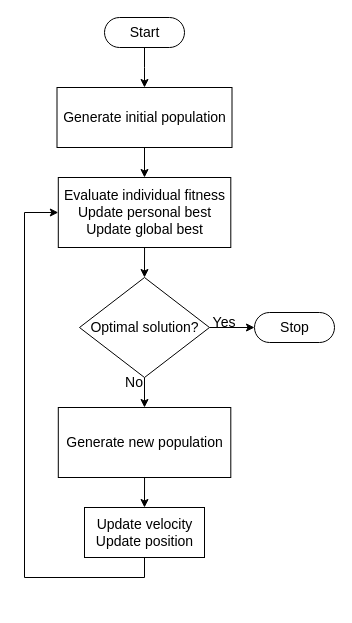
Above: bio-inspired-pso_flowchart.drawio in cascoatle/fj_project (draw.io), before the change. Source tidied: cells renumbered, new cells numbered last; positions are measured from the earlier drawing's top-left corner, leaving out a move shared by most shapes. Both pictures are drawn from the tidied source at 100%, with x=0, y=0 at pixel (24, 17).
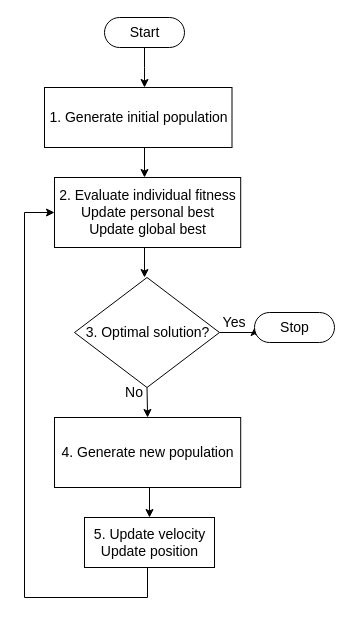
The same page after the edit.

Change to the diagram source:
```diff
@@
-    <mxCell id="5" value="Generate initial population" style="html=1;dashed=0;whitespace=wrap;fontSize=14;" parent="1" vertex="1">
-      <mxGeometry x="32.5" y="70" width="175" height="60" as="geometry" />
+    <mxCell id="5" value="1. Generate initial population" style="html=1;dashed=0;whitespace=wrap;fontSize=14;" parent="1" vertex="1">
+      <mxGeometry x="20" y="70" width="187.5" height="60" as="geometry" />
     </mxCell>
@@
-    <mxCell id="7" value="Evaluate individual fitness&lt;br&gt;Update personal best&lt;br&gt;Update global best" style="html=1;dashed=0;whitespace=wrap;fontSize=14;" parent="1" vertex="1">
-      <mxGeometry x="33.8" y="160" width="172.5" height="70" as="geometry" />
+    <mxCell id="7" value="2. Evaluate individual fitness&lt;br&gt;Update personal best&lt;br&gt;Update global best" style="html=1;dashed=0;whitespace=wrap;fontSize=14;" parent="1" vertex="1">
+      <mxGeometry x="30" y="160" width="186.2" height="70" as="geometry" />
     </mxCell>
@@
-    <mxCell id="9" style="edgeStyle=orthogonalEdgeStyle;rounded=0;jettySize=auto;html=1;exitX=0.5;exitY=1;exitDx=0;exitDy=0;fontSize=14;" parent="1" edge="1" source="10">
-      <mxGeometry relative="1" as="geometry">
-        <mxPoint x="120" y="390" as="targetPoint" />
-      </mxGeometry>
+    <mxCell id="9" style="edgeStyle=orthogonalEdgeStyle;rounded=0;jettySize=auto;html=1;exitX=0.5;exitY=1;exitDx=0;exitDy=0;fontSize=14;entryX=0.5;entryY=0;entryDx=0;entryDy=0;" parent="1" edge="1" source="10" target="15">
+      <mxGeometry relative="1" as="geometry" />
     </mxCell>
-    <mxCell id="10" value="Optimal solution?" style="shape=rhombus;html=1;dashed=0;whitespace=wrap;perimeter=rhombusPerimeter;fontSize=14;" parent="1" vertex="1">
-      <mxGeometry x="55" y="260" width="130" height="100" as="geometry" />
+    <mxCell id="10" value="3. Optimal solution?" style="shape=rhombus;html=1;dashed=0;whitespace=wrap;perimeter=rhombusPerimeter;fontSize=14;" parent="1" vertex="1">
+      <mxGeometry x="50" y="260" width="145" height="110" as="geometry" />
     </mxCell>
@@
     <mxCell id="12" value="Yes" style="text;html=1;strokeColor=none;fillColor=none;align=center;verticalAlign=middle;whiteSpace=wrap;rounded=0;fontSize=14;" parent="1" vertex="1">
-      <mxGeometry x="170" y="290" width="60" height="30" as="geometry" />
+      <mxGeometry x="180" y="290" width="60" height="30" as="geometry" />
     </mxCell>
     <mxCell id="13" value="No" style="text;html=1;strokeColor=none;fillColor=none;align=center;verticalAlign=middle;whiteSpace=wrap;rounded=0;fontSize=14;" parent="1" vertex="1">
-      <mxGeometry x="80" y="350" width="60" height="30" as="geometry" />
+      <mxGeometry x="80" y="360" width="60" height="30" as="geometry" />
     </mxCell>
-    <mxCell id="14" style="edgeStyle=orthogonalEdgeStyle;rounded=0;jettySize=auto;html=1;exitX=0.5;exitY=1;exitDx=0;exitDy=0;fontSize=14;" parent="1" edge="1" source="15">
-      <mxGeometry relative="1" as="geometry">
-        <mxPoint x="120" y="490" as="targetPoint" />
-      </mxGeometry>
+    <mxCell id="14" style="edgeStyle=orthogonalEdgeStyle;rounded=0;jettySize=auto;html=1;exitX=0.5;exitY=1;exitDx=0;exitDy=0;fontSize=14;entryX=0.5;entryY=0;entryDx=0;entryDy=0;" parent="1" edge="1" source="15" target="17">
+      <mxGeometry relative="1" as="geometry" />
     </mxCell>
-    <mxCell id="15" value="Generate new population" style="html=1;dashed=0;whitespace=wrap;fontSize=14;" parent="1" vertex="1">
-      <mxGeometry x="33.8" y="390" width="172.5" height="70" as="geometry" />
+    <mxCell id="15" value="4. Generate new population" style="html=1;dashed=0;whitespace=wrap;fontSize=14;" parent="1" vertex="1">
+      <mxGeometry x="30" y="400" width="186.2" height="70" as="geometry" />
     </mxCell>
     <mxCell id="16" style="edgeStyle=orthogonalEdgeStyle;rounded=0;jettySize=auto;html=1;exitX=0.5;exitY=1;exitDx=0;exitDy=0;fontSize=14;entryX=0;entryY=0.5;entryDx=0;entryDy=0;" parent="1" edge="1" source="17" target="7">
       <mxGeometry relative="1" as="geometry">
         <Array as="points">
-          <mxPoint x="120" y="560" />
-          <mxPoint y="560" />
+          <mxPoint x="123" y="550" />
+          <mxPoint x="123" y="580" />
+          <mxPoint y="580" />
           <mxPoint y="195" />
         </Array>
       </mxGeometry>
     </mxCell>
-    <mxCell id="17" value="Update velocity&lt;br&gt;Update position" style="html=1;dashed=0;whitespace=wrap;fontSize=14;" parent="1" vertex="1">
-      <mxGeometry x="60" y="490" width="120" height="50" as="geometry" />
+    <mxCell id="17" value="5. Update velocity&lt;br&gt;Update position" style="html=1;dashed=0;whitespace=wrap;fontSize=14;" parent="1" vertex="1">
+      <mxGeometry x="60" y="500" width="130" height="50" as="geometry" />
     </mxCell>
```
